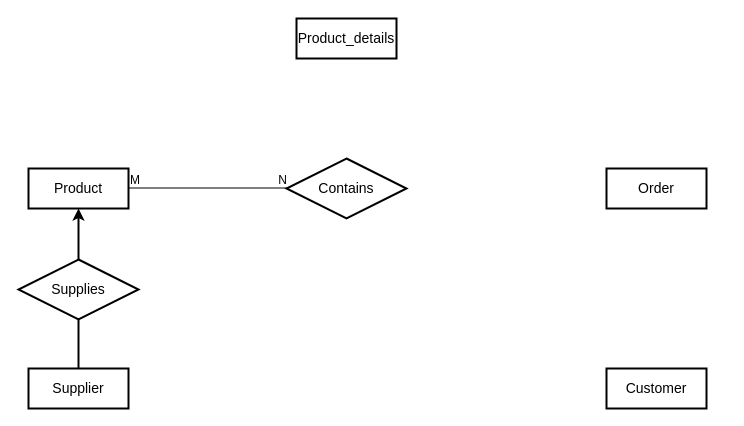
Above: erd ecommerce.drawio in mzndnes/tic (draw.io), before the change. Source tidied: cells renumbered, new cells numbered last; positions are measured from the earlier drawing's top-left corner, leaving out a move shared by most shapes. Both pictures are drawn from the tidied source at 100%, with x=0, y=0 at pixel (18, 18).
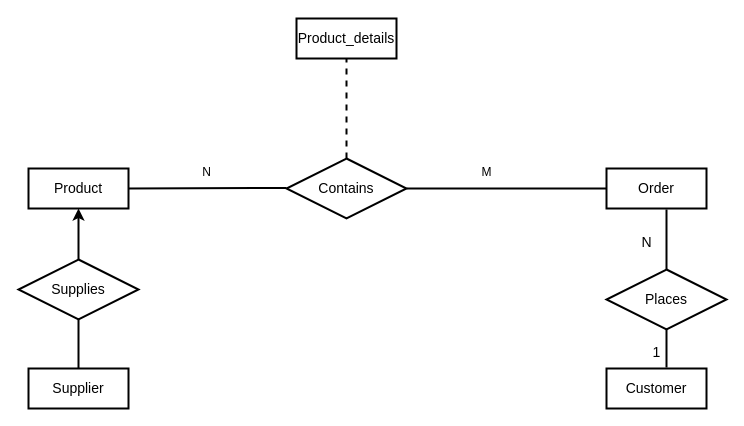
Above is the later version.

The change refers to these unchanged cells:
```xml
<mxCell id="2" value="Product" style="whiteSpace=wrap;html=1;align=center;fontSize=14;strokeWidth=2;" parent="1" vertex="1">
  <mxGeometry x="10" y="150" width="100" height="40" as="geometry" />
</mxCell>
<mxCell id="5" value="Order" style="whiteSpace=wrap;html=1;align=center;fontSize=14;strokeWidth=2;" parent="1" vertex="1">
  <mxGeometry x="588" y="150" width="100" height="40" as="geometry" />
</mxCell>
<mxCell id="6" value="Contains" style="shape=rhombus;perimeter=rhombusPerimeter;whiteSpace=wrap;html=1;align=center;strokeWidth=2;fontSize=14;" parent="1" vertex="1">
  <mxGeometry x="268" y="140" width="120" height="60" as="geometry" />
</mxCell>
<mxCell id="7" value="Product_details" style="whiteSpace=wrap;html=1;align=center;fontSize=14;strokeWidth=2;" parent="1" vertex="1">
  <mxGeometry x="278" width="100" height="40" as="geometry" />
</mxCell>
```

What changed in the source:
```diff
@@
-    <mxCell id="11" style="endArrow=none;html=1;rounded=0;" parent="1" edge="1">
-      <mxGeometry relative="1" as="geometry">
-        <mxPoint x="110" y="169.5" as="sourcePoint" />
-        <mxPoint x="270" y="169.5" as="targetPoint" />
-      </mxGeometry>
-    </mxCell>
+    <mxCell id="14" style="endArrow=none;html=1;rounded=0;exitX=1;exitY=0.5;exitDx=0;exitDy=0;strokeWidth=2;" parent="1" edge="1" source="2">
+      <mxGeometry relative="1" as="geometry">
+        <mxPoint x="268" y="169.5" as="targetPoint" />
+      </mxGeometry>
+    </mxCell>
+    <mxCell id="15" style="endArrow=none;html=1;rounded=0;exitX=1;exitY=0.5;exitDx=0;exitDy=0;strokeWidth=2;" parent="1" edge="1" source="6" target="5">
+      <mxGeometry relative="1" as="geometry" />
+    </mxCell>
+    <mxCell id="16" value="N" style="text;html=1;align=center;verticalAlign=middle;strokeColor=none;fillColor=none;" parent="1" vertex="1">
+      <mxGeometry x="173" y="139" width="30" height="30" as="geometry" />
+    </mxCell>
-    <mxCell id="12" value="M" style="html=1;whiteSpace=wrap;align=left;verticalAlign=bottom;" parent="11" vertex="1">
-      <mxGeometry x="-1" relative="1" as="geometry" />
+    <mxCell id="12" value="M" style="text;html=1;align=center;verticalAlign=middle;strokeColor=none;fillColor=none;" parent="1" vertex="1">
+      <mxGeometry x="453" y="139" width="30" height="30" as="geometry" />
     </mxCell>
-    <mxCell id="13" value="N" style="html=1;whiteSpace=wrap;align=right;verticalAlign=bottom;" parent="11" vertex="1">
-      <mxGeometry x="1" relative="1" as="geometry" />
-    </mxCell>
+    <mxCell id="17" value="Places" style="shape=rhombus;perimeter=rhombusPerimeter;whiteSpace=wrap;html=1;align=center;strokeWidth=2;fontSize=14;" parent="1" vertex="1">
+      <mxGeometry x="588" y="251" width="120" height="60" as="geometry" />
+    </mxCell>
+    <mxCell id="18" style="endArrow=none;html=1;rounded=0;entryX=0.5;entryY=0;entryDx=0;entryDy=0;strokeWidth=2;" parent="1" edge="1" target="17">
+      <mxGeometry relative="1" as="geometry">
+        <mxPoint x="648" y="191" as="sourcePoint" />
+      </mxGeometry>
+    </mxCell>
+    <mxCell id="19" style="endArrow=none;html=1;rounded=0;entryX=0.5;entryY=1;entryDx=0;entryDy=0;strokeWidth=2;" parent="1" edge="1" target="17">
+      <mxGeometry relative="1" as="geometry">
+        <mxPoint x="648" y="349" as="sourcePoint" />
+      </mxGeometry>
+    </mxCell>
+    <mxCell id="20" value="N" style="text;html=1;align=center;verticalAlign=middle;strokeColor=none;fillColor=none;fontSize=14;" parent="1" vertex="1">
+      <mxGeometry x="613" y="209" width="30" height="30" as="geometry" />
+    </mxCell>
+    <mxCell id="21" value="1" style="text;html=1;align=center;verticalAlign=middle;strokeColor=none;fillColor=none;fontSize=14;" parent="1" vertex="1">
+      <mxGeometry x="623" y="319" width="30" height="30" as="geometry" />
+    </mxCell>
+    <mxCell id="22" style="endArrow=none;html=1;rounded=0;entryX=0.5;entryY=1;entryDx=0;entryDy=0;exitX=0.5;exitY=0;exitDx=0;exitDy=0;strokeWidth=2;dashed=1;" parent="1" edge="1" source="6" target="7">
+      <mxGeometry relative="1" as="geometry" />
+    </mxCell>
```
